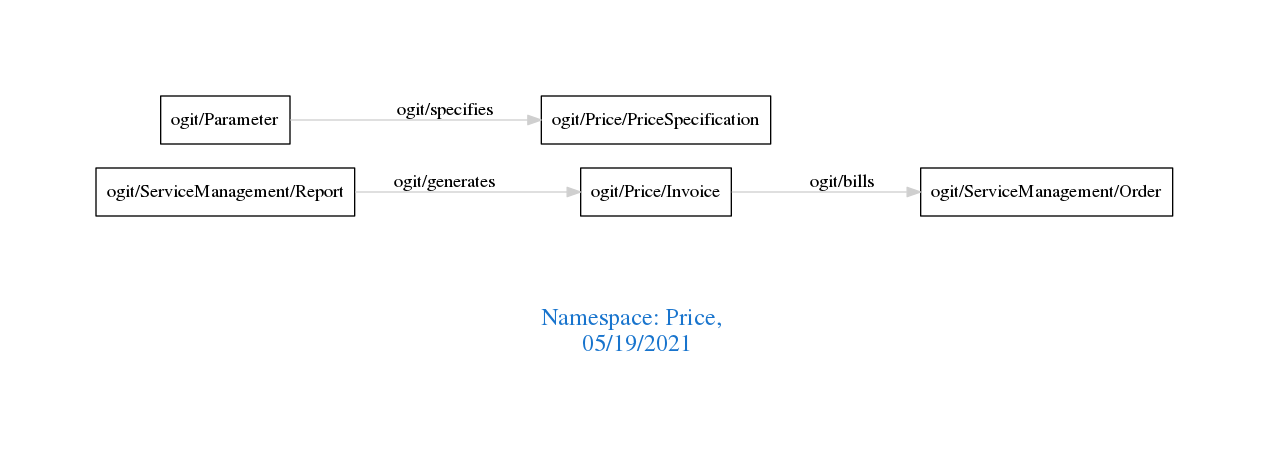
This is downloads/Price.png from arago/OGIT, a Graphviz export, as it was before one commit. Its source is kept beside it as downloads/Price.dot.
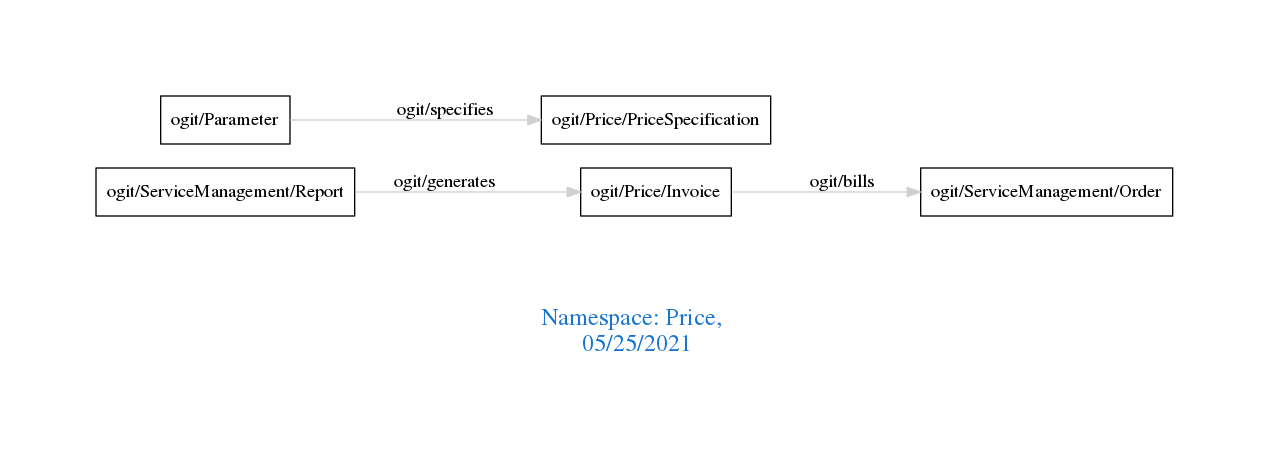
The same diagram one commit later.

The edit, as a diff of the source:
```diff
@@ -1,7 +1,7 @@
 digraph OGIT_ontology {
  graph [ rankdir= LR,pad=1
 fontsize = 18,
-fontcolor= dodgerblue3,label = "\n\n\nNamespace: Price, \n 05/19/2021"];
+fontcolor= dodgerblue3,label = "\n\n\nNamespace: Price, \n 05/25/2021"];
 node[shape=polygon];
 edge [  color="gray81"];
 
```
